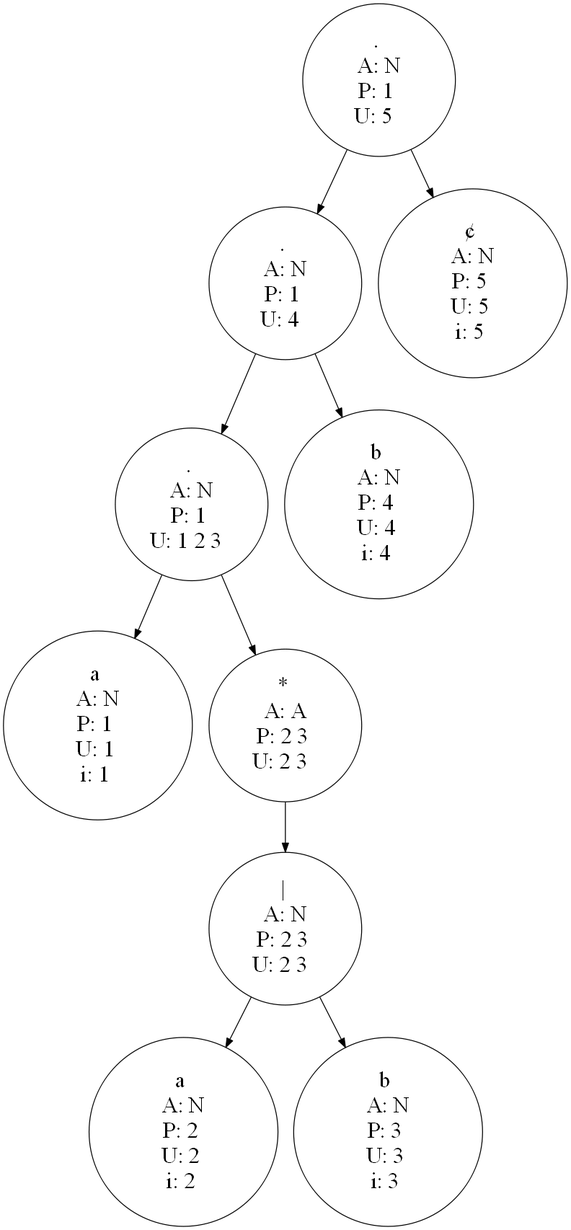
Above: tree_Expresion1.png in montherbasir/Practica1_OLC1 (Graphviz), before the change. Its source is kept beside it as tree_Expresion1.dot. The source it was exported from:
```dot
strict digraph {
splines="line";
rankdir = TB;
node [shape=circle, height=0.5, width=1.5, fontsize=25];
graph[dpi=90];

"0" [label=".
A: N
P: 1
U: 5  "];
"1" [label=".
A: N
P: 1
U: 4  "];
"2" [label=".
A: N
P: 1
U: 1 2 3  "];
"3" [label="a
A: N
P: 1
U: 1
i: 1 "];
"2" -> "3";
"4" [label="*
A: A
P: 2 3
U: 2 3  "];
"5" [label="|
A: N
P: 2 3
U: 2 3  "];
"6" [label="a
A: N
P: 2
U: 2
i: 2 "];
"5" -> "6";
"7" [label="b
A: N
P: 3
U: 3
i: 3 "];
"5" -> "7";
"4" -> "5";
"2" -> "4";
"1" -> "2";
"8" [label="b
A: N
P: 4
U: 4
i: 4 "];
"1" -> "8";
"0" -> "1";
"9" [label="¢
A: N
P: 5
U: 5
i: 5 "];
"0" -> "9";
}
```
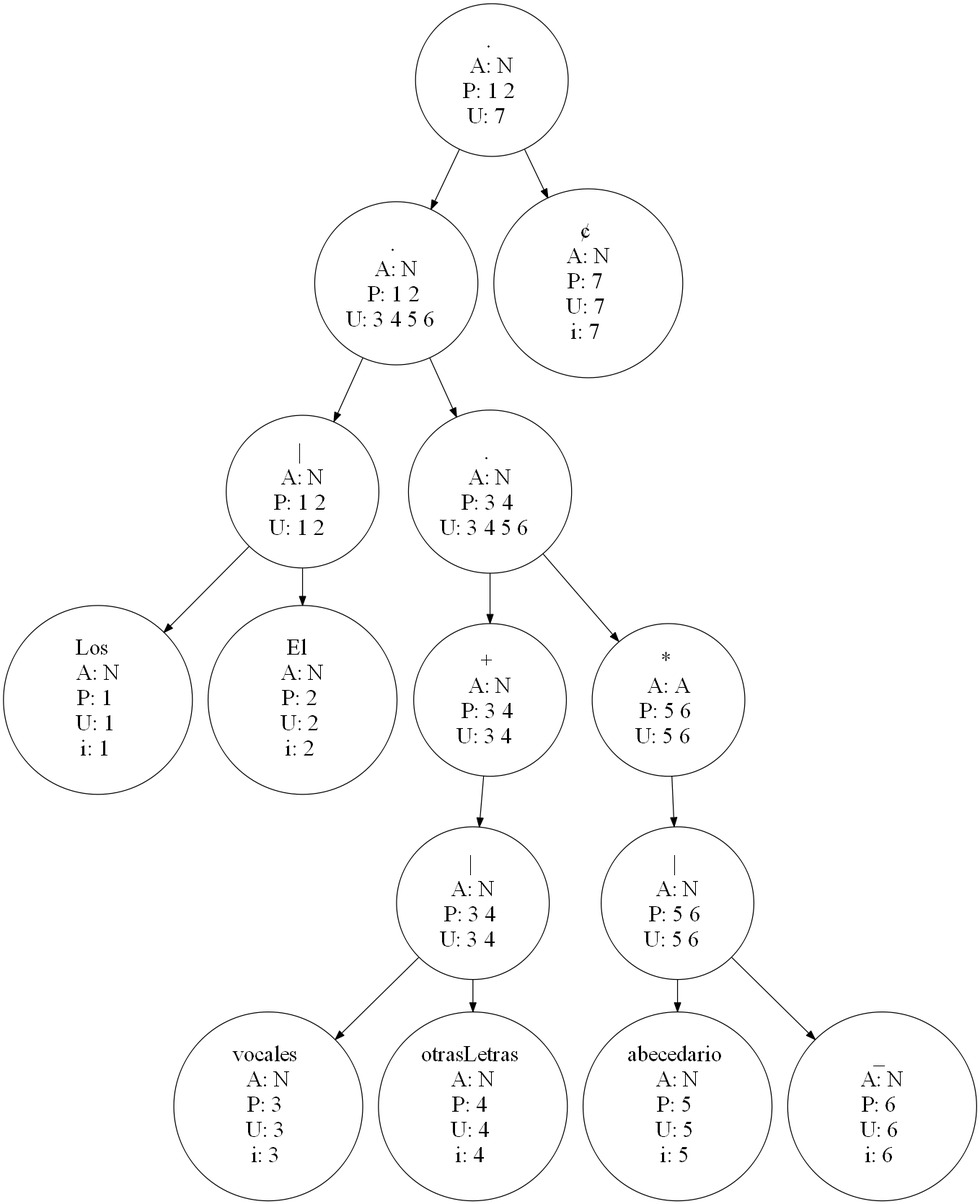
The same file after the commit.

The edit, as a diff of the source:
```diff
@@ -6,56 +6,83 @@
 
 "0" [label=".
 A: N
-P: 1
-U: 5  "];
+P: 1 2
+U: 7  "];
 "1" [label=".
 A: N
-P: 1
-U: 4  "];
-"2" [label=".
+P: 1 2
+U: 3 4 5 6  "];
+"2" [label="|
 A: N
-P: 1
-U: 1 2 3  "];
-"3" [label="a
+P: 1 2
+U: 1 2  "];
+"3" [label="Los
 A: N
 P: 1
 U: 1
 i: 1 "];
 "2" -> "3";
-"4" [label="*
-A: A
-P: 2 3
-U: 2 3  "];
-"5" [label="|
-A: N
-P: 2 3
-U: 2 3  "];
-"6" [label="a
+"4" [label="El
 A: N
 P: 2
 U: 2
 i: 2 "];
-"5" -> "6";
-"7" [label="b
+"2" -> "4";
+"1" -> "2";
+"5" [label=".
+A: N
+P: 3 4
+U: 3 4 5 6  "];
+"6" [label="+
+A: N
+P: 3 4
+U: 3 4  "];
+"7" [label="|
+A: N
+P: 3 4
+U: 3 4  "];
+"8" [label="vocales
 A: N
 P: 3
 U: 3
 i: 3 "];
-"5" -> "7";
-"4" -> "5";
-"2" -> "4";
-"1" -> "2";
-"8" [label="b
+"7" -> "8";
+"9" [label="otrasLetras
 A: N
 P: 4
 U: 4
 i: 4 "];
-"1" -> "8";
-"0" -> "1";
-"9" [label="¢
+"7" -> "9";
+"6" -> "7";
+"5" -> "6";
+"10" [label="*
+A: A
+P: 5 6
+U: 5 6  "];
+"11" [label="|
+A: N
+P: 5 6
+U: 5 6  "];
+"12" [label="abecedario
 A: N
 P: 5
 U: 5
 i: 5 "];
-"0" -> "9";
+"11" -> "12";
+"13" [label="_
+A: N
+P: 6
+U: 6
+i: 6 "];
+"11" -> "13";
+"10" -> "11";
+"5" -> "10";
+"1" -> "5";
+"0" -> "1";
+"14" [label="¢
+A: N
+P: 7
+U: 7
+i: 7 "];
+"0" -> "14";
 }
```
